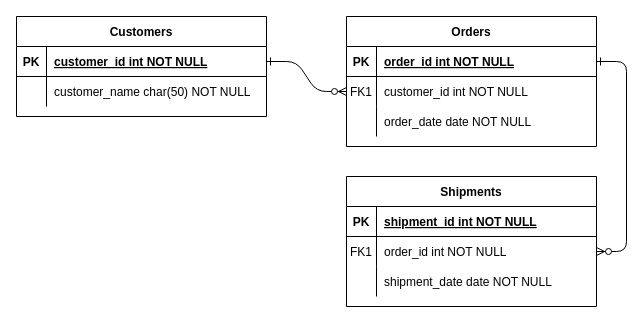
R0dr1g0x/bromaparaelpope keeps this draw.io diagram as Diagrama sin título.drawio. Above is the earlier version. Source tidied: cells renumbered, new cells numbered last; positions are measured from the earlier drawing's top-left corner, leaving out a move shared by most shapes. Both pictures are drawn from the tidied source at 100%, with x=0, y=0 at pixel (16, 16).
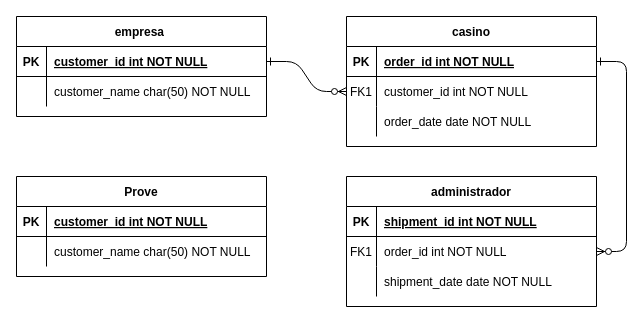
Above is the later version.

The edit, as a diff of the source:
```diff
@@
-    <mxCell id="4" value="Orders" style="shape=table;startSize=30;childLayout=tableLayout;rowLines=0;fontStyle=1;align=center;" parent="1" vertex="1">
+    <mxCell id="4" value="casino" style="shape=table;startSize=30;childLayout=tableLayout;rowLines=0;fontStyle=1;align=center;" parent="1" vertex="1">
       <mxGeometry x="330" width="250" height="130" as="geometry" />
     </mxCell>
@@
-    <mxCell id="14" value="Shipments" style="shape=table;startSize=30;childLayout=tableLayout;rowLines=0;fontStyle=1;align=center;" parent="1" vertex="1">
+    <mxCell id="14" value="administrador" style="shape=table;startSize=30;childLayout=tableLayout;rowLines=0;fontStyle=1;align=center;" parent="1" vertex="1">
       <mxGeometry x="330" y="160" width="250" height="130" as="geometry" />
     </mxCell>
@@
-    <mxCell id="24" value="Customers" style="shape=table;startSize=30;childLayout=tableLayout;rowLines=0;fontStyle=1;align=center;" parent="1" vertex="1">
+    <mxCell id="24" value="empresa " style="shape=table;startSize=30;childLayout=tableLayout;rowLines=0;fontStyle=1;align=center;" parent="1" vertex="1">
       <mxGeometry width="250" height="100" as="geometry" />
     </mxCell>
@@
+    <mxCell id="31" value="Prove" style="shape=table;startSize=30;childLayout=tableLayout;rowLines=0;fontStyle=1;align=center;" parent="1" vertex="1">
+      <mxGeometry y="160" width="250" height="100" as="geometry" />
+    </mxCell>
+    <mxCell id="32" style="shape=partialRectangle;fillColor=none;top=0;left=0;right=0;bottom=1;" parent="31" vertex="1">
+      <mxGeometry y="30" width="250" height="30" as="geometry" />
+    </mxCell>
+    <mxCell id="33" value="PK" style="shape=partialRectangle;overflow=hidden;fillColor=none;top=0;left=0;bottom=0;right=0;fontStyle=1;" parent="32" vertex="1">
+      <mxGeometry width="30" height="30" as="geometry" />
+    </mxCell>
+    <mxCell id="34" value="customer_id int NOT NULL " style="shape=partialRectangle;overflow=hidden;fillColor=none;top=0;left=0;bottom=0;right=0;align=left;spacingLeft=6;fontStyle=5;" parent="32" vertex="1">
+      <mxGeometry x="30" width="220" height="30" as="geometry" />
+    </mxCell>
+    <mxCell id="35" style="shape=partialRectangle;fillColor=none;top=0;left=0;right=0;bottom=0;" parent="31" vertex="1">
+      <mxGeometry y="60" width="250" height="30" as="geometry" />
+    </mxCell>
+    <mxCell id="36" style="shape=partialRectangle;overflow=hidden;fillColor=none;top=0;left=0;bottom=0;right=0;" parent="35" vertex="1">
+      <mxGeometry width="30" height="30" as="geometry" />
+    </mxCell>
+    <mxCell id="37" value="customer_name char(50) NOT NULL" style="shape=partialRectangle;overflow=hidden;fillColor=none;top=0;left=0;bottom=0;right=0;align=left;spacingLeft=6;" parent="35" vertex="1">
+      <mxGeometry x="30" width="220" height="30" as="geometry" />
+    </mxCell>
```
